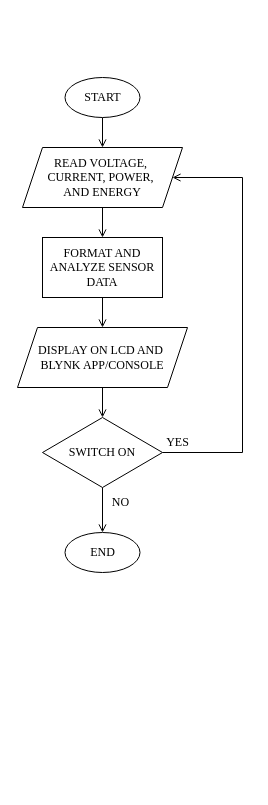
This is Untitled Diagram.drawio from Adeolu-Aremu/AIoT-Energy-Meter, a draw.io file, before an edit. Source tidied: cells renumbered, new cells numbered last; positions are measured from the earlier drawing's top-left corner, leaving out a move shared by most shapes. Both pictures are drawn from the tidied source at 100%, with x=0, y=0 at pixel (17, 77).
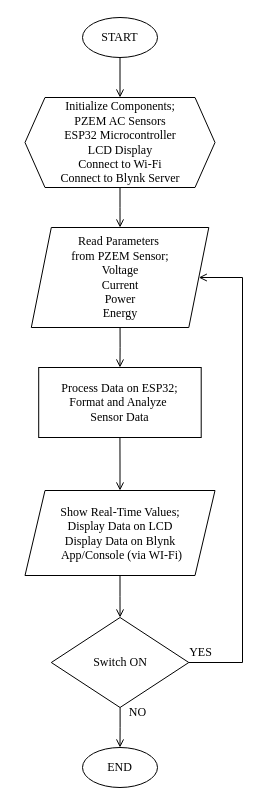
The same page after the edit.

Diff of the diagram source:
```diff
@@
 <mxGraphModel>
   <root>
     <mxCell id="0" />
     <mxCell id="1" parent="0" />
-    <mxCell id="2" style="edgeStyle=orthogonalEdgeStyle;rounded=0;jettySize=auto;html=1;endArrow=open;endFill=0;" parent="1" edge="1" source="3" target="5">
-      <mxGeometry relative="1" as="geometry" />
-    </mxCell>
     <mxCell id="3" value="&lt;font face=&quot;Times New Roman&quot;&gt;START&lt;/font&gt;" style="ellipse;whiteSpace=wrap;html=1;" parent="1" vertex="1">
-      <mxGeometry x="47.5" width="75" height="40" as="geometry" />
+      <mxGeometry x="65" y="-60" width="75" height="40" as="geometry" />
     </mxCell>
-    <mxCell id="4" style="edgeStyle=orthogonalEdgeStyle;rounded=0;jettySize=auto;html=1;endArrow=open;endFill=0;" parent="1" edge="1" source="5" target="6">
-      <mxGeometry relative="1" as="geometry" />
-    </mxCell>
-    <mxCell id="5" value="&lt;font face=&quot;Times New Roman&quot;&gt;READ VOLTAGE,&amp;nbsp;&lt;/font&gt;&lt;div&gt;&lt;span style=&quot;background-color: transparent; color: light-dark(rgb(0, 0, 0), rgb(255, 255, 255)); font-family: &amp;quot;Times New Roman&amp;quot;;&quot;&gt;CURRENT, POWER,&amp;nbsp;&lt;/span&gt;&lt;div&gt;&lt;span style=&quot;background-color: transparent; color: light-dark(rgb(0, 0, 0), rgb(255, 255, 255)); font-family: &amp;quot;Times New Roman&amp;quot;;&quot;&gt;AND ENERGY&lt;/span&gt;&lt;/div&gt;&lt;/div&gt;" style="shape=parallelogram;perimeter=parallelogramPerimeter;whiteSpace=wrap;html=1;fixedSize=1;" parent="1" vertex="1">
-      <mxGeometry x="5" y="70" width="160" height="60" as="geometry" />
+    <mxCell id="5" value="&lt;div style=&quot;text-wrap-mode: nowrap;&quot;&gt;&lt;font face=&quot;Times New Roman&quot;&gt;Read Parameters&amp;nbsp;&lt;/font&gt;&lt;/div&gt;&lt;div style=&quot;text-wrap-mode: nowrap;&quot;&gt;&lt;font face=&quot;Times New Roman&quot;&gt;from PZEM&amp;nbsp;&lt;span style=&quot;background-color: transparent; color: light-dark(rgb(0, 0, 0), rgb(255, 255, 255));&quot;&gt;Sensor;&lt;/span&gt;&lt;/font&gt;&lt;/div&gt;&lt;div style=&quot;text-wrap-mode: nowrap;&quot;&gt;&lt;font face=&quot;Times New Roman&quot;&gt;Voltage&lt;/font&gt;&lt;/div&gt;&lt;div style=&quot;text-wrap-mode: nowrap;&quot;&gt;&lt;font face=&quot;Times New Roman&quot;&gt;Current&lt;/font&gt;&lt;/div&gt;&lt;div style=&quot;text-wrap-mode: nowrap;&quot;&gt;&lt;font face=&quot;Times New Roman&quot;&gt;Power&lt;/font&gt;&lt;/div&gt;&lt;div style=&quot;text-wrap-mode: nowrap;&quot;&gt;&lt;font face=&quot;Times New Roman&quot;&gt;Energy&lt;/font&gt;&lt;/div&gt;" style="shape=parallelogram;perimeter=parallelogramPerimeter;whiteSpace=wrap;html=1;fixedSize=1;" parent="1" vertex="1">
+      <mxGeometry x="13.8" y="150" width="177.5" height="100" as="geometry" />
     </mxCell>
-    <mxCell id="6" value="&lt;font face=&quot;Times New Roman&quot;&gt;FORMAT AND ANALYZE SENSOR DATA&lt;/font&gt;" style="rounded=0;whiteSpace=wrap;html=1;" parent="1" vertex="1">
-      <mxGeometry x="25" y="160" width="120" height="60" as="geometry" />
-    </mxCell>
     <mxCell id="7" style="edgeStyle=orthogonalEdgeStyle;rounded=0;jettySize=auto;html=1;endArrow=open;endFill=0;entryX=0.5;entryY=0;entryDx=0;entryDy=0;entryPerimeter=0;" parent="1" edge="1" source="8" target="13">
       <mxGeometry relative="1" as="geometry" />
     </mxCell>
-    <mxCell id="8" value="&lt;font face=&quot;Times New Roman&quot;&gt;DISPLAY ON LCD AND&amp;nbsp;&lt;/font&gt;&lt;div&gt;&lt;font face=&quot;Times New Roman&quot;&gt;BLYNK APP/CONSOLE&lt;/font&gt;&lt;/div&gt;" style="shape=parallelogram;perimeter=parallelogramPerimeter;whiteSpace=wrap;html=1;fixedSize=1;" parent="1" vertex="1">
-      <mxGeometry y="250" width="170" height="60" as="geometry" />
+    <mxCell id="8" value="&lt;div style=&quot;text-wrap-mode: nowrap;&quot;&gt;&lt;span style=&quot;background-color: transparent; color: light-dark(rgb(0, 0, 0), rgb(255, 255, 255));&quot;&gt;&lt;font face=&quot;Times New Roman&quot;&gt;Show Real-Time Values;&lt;/font&gt;&lt;/span&gt;&lt;/div&gt;&lt;div style=&quot;text-wrap-mode: nowrap;&quot;&gt;&lt;font face=&quot;Times New Roman&quot;&gt;Display Data on LCD&lt;/font&gt;&lt;/div&gt;&lt;div style=&quot;text-wrap-mode: nowrap;&quot;&gt;&lt;font face=&quot;Times New Roman&quot;&gt;Display Data on Blynk&lt;/font&gt;&lt;/div&gt;&lt;div style=&quot;text-wrap-mode: nowrap;&quot;&gt;&lt;font face=&quot;Times New Roman&quot;&gt;&amp;nbsp;App/Console (via WI-Fi)&lt;/font&gt;&lt;/div&gt;" style="shape=parallelogram;perimeter=parallelogramPerimeter;whiteSpace=wrap;html=1;fixedSize=1;" parent="1" vertex="1">
+      <mxGeometry x="7.5" y="413" width="190" height="85" as="geometry" />
     </mxCell>
     <mxCell id="9" value="&lt;font face=&quot;Times New Roman&quot;&gt;END&lt;/font&gt;" style="ellipse;whiteSpace=wrap;html=1;" parent="1" vertex="1">
-      <mxGeometry x="47.5" y="455" width="75" height="40" as="geometry" />
+      <mxGeometry x="65" y="670" width="75" height="40" as="geometry" />
     </mxCell>
-    <mxCell id="10" style="endArrow=open;html=1;rounded=0;exitX=0.5;exitY=1;exitDx=0;exitDy=0;entryX=0.5;entryY=0;entryDx=0;entryDy=0;endFill=0;" parent="1" edge="1" source="6" target="8">
-      <mxGeometry relative="1" as="geometry" />
-    </mxCell>
     <mxCell id="11" style="endArrow=open;html=1;rounded=0;exitX=1;exitY=0.5;exitDx=0;exitDy=0;entryX=1;entryY=0.5;entryDx=0;entryDy=0;endFill=0;exitPerimeter=0;" parent="1" edge="1" source="13" target="5">
       <mxGeometry relative="1" as="geometry">
         <Array as="points">
-          <mxPoint x="225" y="375" />
-          <mxPoint x="225" y="100" />
+          <mxPoint x="225" y="585" />
+          <mxPoint x="225" y="200" />
         </Array>
       </mxGeometry>
     </mxCell>
     <mxCell id="12" style="edgeStyle=orthogonalEdgeStyle;rounded=0;jettySize=auto;html=1;endArrow=open;endFill=0;" parent="1" edge="1" source="13" target="9">
       <mxGeometry relative="1" as="geometry" />
     </mxCell>
-    <mxCell id="13" value="&lt;font face=&quot;Times New Roman&quot;&gt;SWITCH ON&lt;/font&gt;" style="strokeWidth=1;html=1;shape=mxgraph.flowchart.decision;whiteSpace=wrap;" parent="1" vertex="1">
-      <mxGeometry x="25" y="340" width="120" height="70" as="geometry" />
+    <mxCell id="13" value="&lt;font face=&quot;Times New Roman&quot;&gt;Switch ON&lt;/font&gt;" style="strokeWidth=1;html=1;shape=mxgraph.flowchart.decision;whiteSpace=wrap;" parent="1" vertex="1">
+      <mxGeometry x="33.8" y="540" width="137.5" height="90" as="geometry" />
     </mxCell>
+    <mxCell id="15" value="&lt;h6&gt;&lt;span style=&quot;color: light-dark(rgb(0, 0, 0), rgb(255, 255, 255)); font-weight: normal;&quot;&gt;&lt;font style=&quot;font-size: 12px;&quot; face=&quot;Times New Roman&quot;&gt;NO&lt;/font&gt;&lt;/span&gt;&lt;/h6&gt;&lt;div&gt;&lt;/div&gt;" style="text;html=1;align=center;verticalAlign=middle;strokeColor=none;fillColor=none;" parent="1" vertex="1">
+      <mxGeometry x="100" y="600" width="40" height="70" as="geometry" />
+    </mxCell>
+    <mxCell id="16" value="&lt;div style=&quot;text-wrap-mode: nowrap;&quot;&gt;&lt;font face=&quot;Times New Roman&quot;&gt;Process Data on ESP32;&lt;/font&gt;&lt;/div&gt;&lt;div style=&quot;text-wrap-mode: nowrap;&quot;&gt;&lt;font face=&quot;Times New Roman&quot;&gt;Format and Analyze&amp;nbsp;&lt;/font&gt;&lt;/div&gt;&lt;div style=&quot;text-wrap-mode: nowrap;&quot;&gt;&lt;font face=&quot;Times New Roman&quot;&gt;Sensor Data&lt;/font&gt;&lt;/div&gt;" style="rounded=0;whiteSpace=wrap;html=1;" parent="1" vertex="1">
+      <mxGeometry x="21.2" y="290" width="162.5" height="70" as="geometry" />
+    </mxCell>
+    <mxCell id="17" style="edgeStyle=orthogonalEdgeStyle;rounded=0;jettySize=auto;html=1;endArrow=open;endFill=0;exitX=0.5;exitY=1;exitDx=0;exitDy=0;entryX=0.5;entryY=0;entryDx=0;entryDy=0;" parent="1" edge="1" source="16" target="8">
+      <mxGeometry relative="1" as="geometry" />
+    </mxCell>
     <mxCell id="14" value="&lt;h6&gt;&lt;span style=&quot;color: light-dark(rgb(0, 0, 0), rgb(255, 255, 255)); font-weight: normal;&quot;&gt;&lt;font style=&quot;font-size: 12px;&quot; face=&quot;Times New Roman&quot;&gt;YES&lt;/font&gt;&lt;/span&gt;&lt;/h6&gt;&lt;div&gt;&lt;/div&gt;" style="text;html=1;align=center;verticalAlign=middle;strokeColor=none;fillColor=none;" parent="1" vertex="1">
-      <mxGeometry x="135" y="330" width="50" height="70" as="geometry" />
+      <mxGeometry x="157.5" y="540" width="50" height="70" as="geometry" />
     </mxCell>
-    <mxCell id="15" value="&lt;h6&gt;&lt;span style=&quot;color: light-dark(rgb(0, 0, 0), rgb(255, 255, 255)); font-weight: normal;&quot;&gt;&lt;font style=&quot;font-size: 12px;&quot; face=&quot;Times New Roman&quot;&gt;NO&lt;/font&gt;&lt;/span&gt;&lt;/h6&gt;&lt;div&gt;&lt;/div&gt;" style="text;html=1;align=center;verticalAlign=middle;strokeColor=none;fillColor=none;" parent="1" vertex="1">
-      <mxGeometry x="82.5" y="390" width="40" height="70" as="geometry" />
-    </mxCell>
+    <mxCell id="18" style="edgeStyle=orthogonalEdgeStyle;rounded=0;jettySize=auto;html=1;endArrow=open;endFill=0;exitX=0.5;exitY=1;exitDx=0;exitDy=0;entryX=0.5;entryY=0;entryDx=0;entryDy=0;" parent="1" edge="1" source="5" target="16">
+      <mxGeometry relative="1" as="geometry" />
+    </mxCell>
+    <mxCell id="19" style="edgeStyle=orthogonalEdgeStyle;rounded=0;jettySize=auto;html=1;endArrow=open;endFill=0;exitX=0.5;exitY=1;exitDx=0;exitDy=0;entryX=0.5;entryY=0;entryDx=0;entryDy=0;" parent="1" edge="1" source="20" target="5">
+      <mxGeometry relative="1" as="geometry" />
+    </mxCell>
+    <mxCell id="20" value="&lt;span style=&quot;color: light-dark(rgb(0, 0, 0), rgb(255, 255, 255)); text-wrap-mode: nowrap; background-color: transparent;&quot;&gt;&lt;font face=&quot;Times New Roman&quot;&gt;Initialize Components;&lt;/font&gt;&lt;/span&gt;&lt;div style=&quot;text-wrap-mode: nowrap;&quot;&gt;&lt;font face=&quot;Times New Roman&quot;&gt;PZEM AC Sensors&lt;/font&gt;&lt;/div&gt;&lt;div style=&quot;text-wrap-mode: nowrap;&quot;&gt;&lt;font face=&quot;Times New Roman&quot;&gt;ESP32 Microcontroller&lt;/font&gt;&lt;/div&gt;&lt;div style=&quot;text-wrap-mode: nowrap;&quot;&gt;&lt;span style=&quot;background-color: transparent; color: light-dark(rgb(0, 0, 0), rgb(255, 255, 255));&quot;&gt;&lt;font face=&quot;Times New Roman&quot;&gt;LCD Display&lt;/font&gt;&lt;/span&gt;&lt;/div&gt;&lt;div style=&quot;text-wrap-mode: nowrap;&quot;&gt;&lt;font face=&quot;Times New Roman&quot;&gt;Connect to Wi-Fi&lt;/font&gt;&lt;/div&gt;&lt;div style=&quot;text-wrap-mode: nowrap;&quot;&gt;&lt;font face=&quot;Times New Roman&quot;&gt;Connect to Blynk Server&lt;/font&gt;&lt;/div&gt;" style="shape=hexagon;perimeter=hexagonPerimeter2;whiteSpace=wrap;html=1;fixedSize=1;" parent="1" vertex="1">
+      <mxGeometry x="7.5" y="20" width="190" height="90" as="geometry" />
+    </mxCell>
+    <mxCell id="21" style="edgeStyle=orthogonalEdgeStyle;rounded=0;jettySize=auto;html=1;endArrow=open;endFill=0;exitX=0.5;exitY=1;exitDx=0;exitDy=0;entryX=0.5;entryY=0;entryDx=0;entryDy=0;" parent="1" edge="1" source="3" target="20">
+      <mxGeometry relative="1" as="geometry" />
+    </mxCell>
   </root>
 </mxGraphModel>
```
